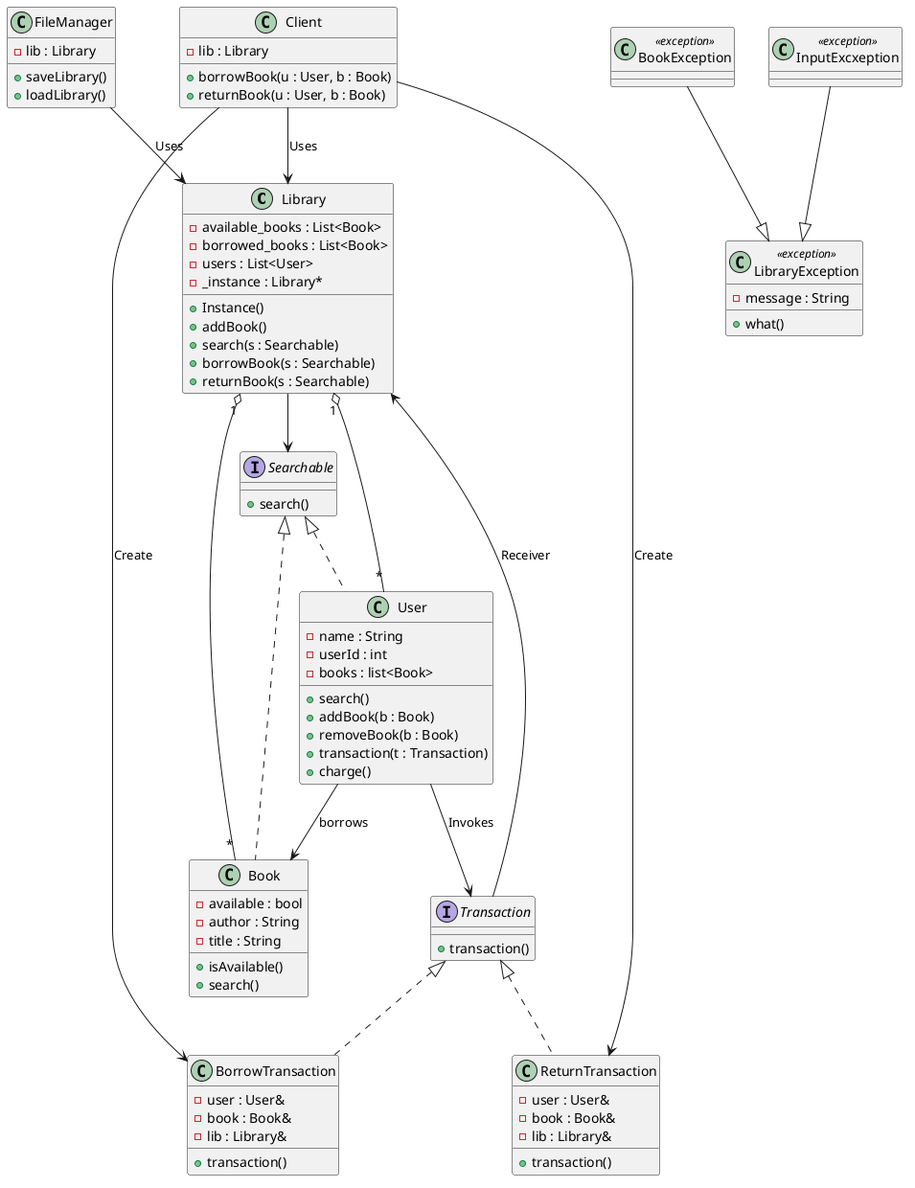
The PlantUML diagram library.png in Vincent-Pierce/Adaptive-Library-Management-System, before a commit.
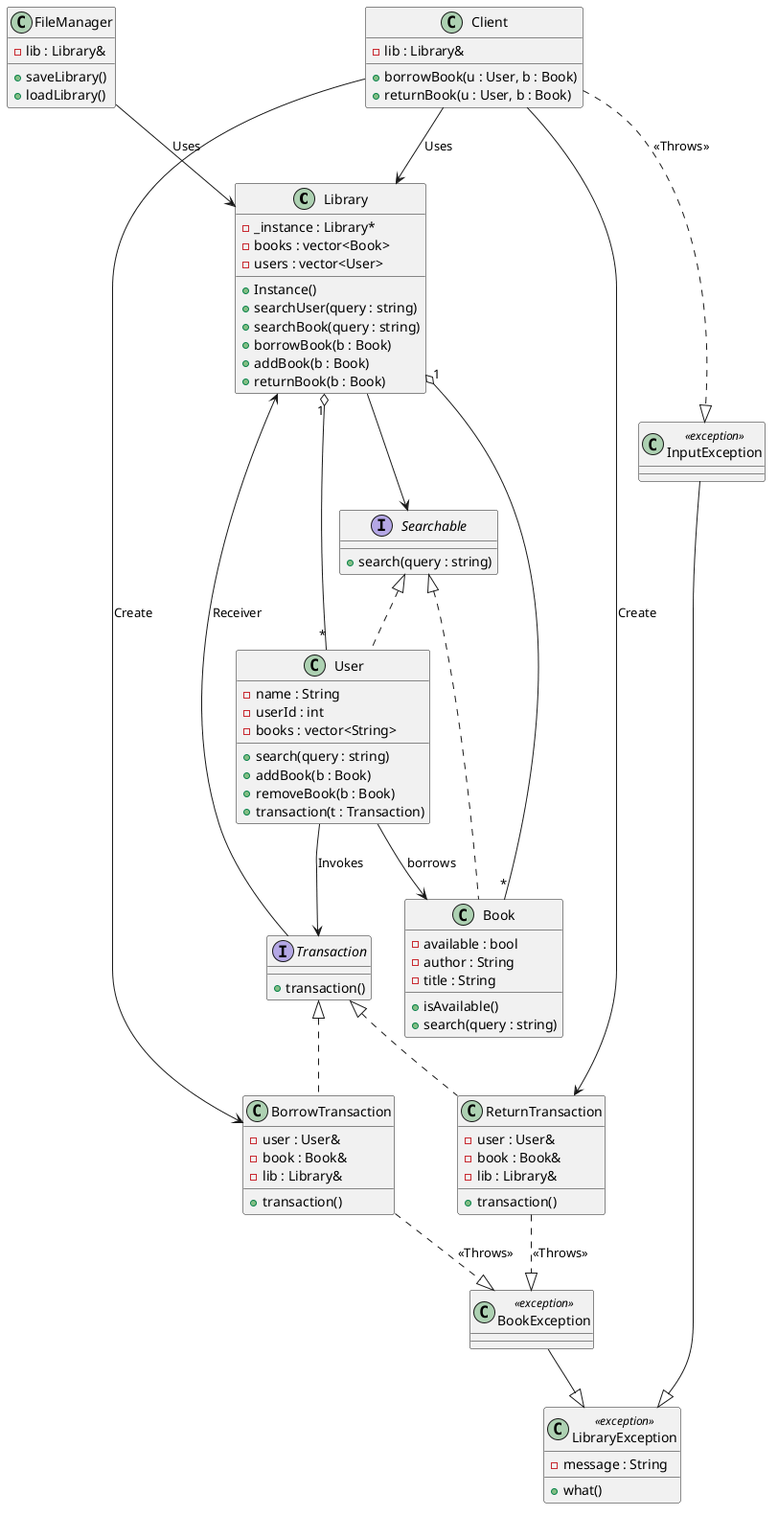
Later version of the same file.

Commit message:
implemented and tested transaction behavior, User, Book, Library classes

Diff of the diagram source:
```diff
@@ -1,21 +1,21 @@
 @startuml
 
 class Library {
-    - available_books : List<Book>
-    - borrowed_books : List<Book>
-    - users : List<User>
     - _instance : Library*
+    - books : vector<Book>
+    - users : vector<User>
 
     + Instance()
-    + addBook()
-    + search(s : Searchable)
-    + borrowBook(s : Searchable)
-    + returnBook(s : Searchable)
+    + searchUser(query : string)
+    + searchBook(query : string)
+    + borrowBook(b : Book)
+    + addBook(b : Book)
+    + returnBook(b : Book)
 }
 
 interface Searchable {
 
-    +search()
+    +search(query : string)
 }
 
 class Book {
@@ -24,24 +24,23 @@
     - title : String
 
     + isAvailable()
-    + search()
+    + search(query : string)
 }
 
 class User {
     - name : String
     - userId : int
-    - books : list<Book>
+    - books : vector<String>
 
-    + search()
+    + search(query : string)
     + addBook(b : Book)
     + removeBook(b : Book)
     + transaction(t : Transaction)
-    + charge()
 }
 
 
 class Client {
-    - lib : Library
+    - lib : Library&
     + borrowBook(u : User, b : Book)
     + returnBook(u : User, b : Book)
 }
@@ -77,22 +76,20 @@
 
 }
 
-class InputExcxeption {
+class InputException {
 
 }
 
 class FileManager {
-    - lib : Library
+    - lib : Library&
 
     + saveLibrary()
     + loadLibrary()
 }
 
 class LibraryException <<exception>>
-
-class InputExcxeption <<exception>>
+class InputException <<exception>>
 class BookException <<exception>>
-
 
 Searchable <|.. Book
 Searchable <|.. User
@@ -109,7 +106,9 @@
 User --> Transaction : Invokes
 FileManager --> Library : Uses
 BookException --|> LibraryException
-InputExcxeption --|> LibraryException
-
+InputException --|> LibraryException
+Client ..|> InputException : <<Throws>>
+ReturnTransaction ..|> BookException : <<Throws>>
+BorrowTransaction ..|> BookException : <<Throws>>
 
 @enduml
```
